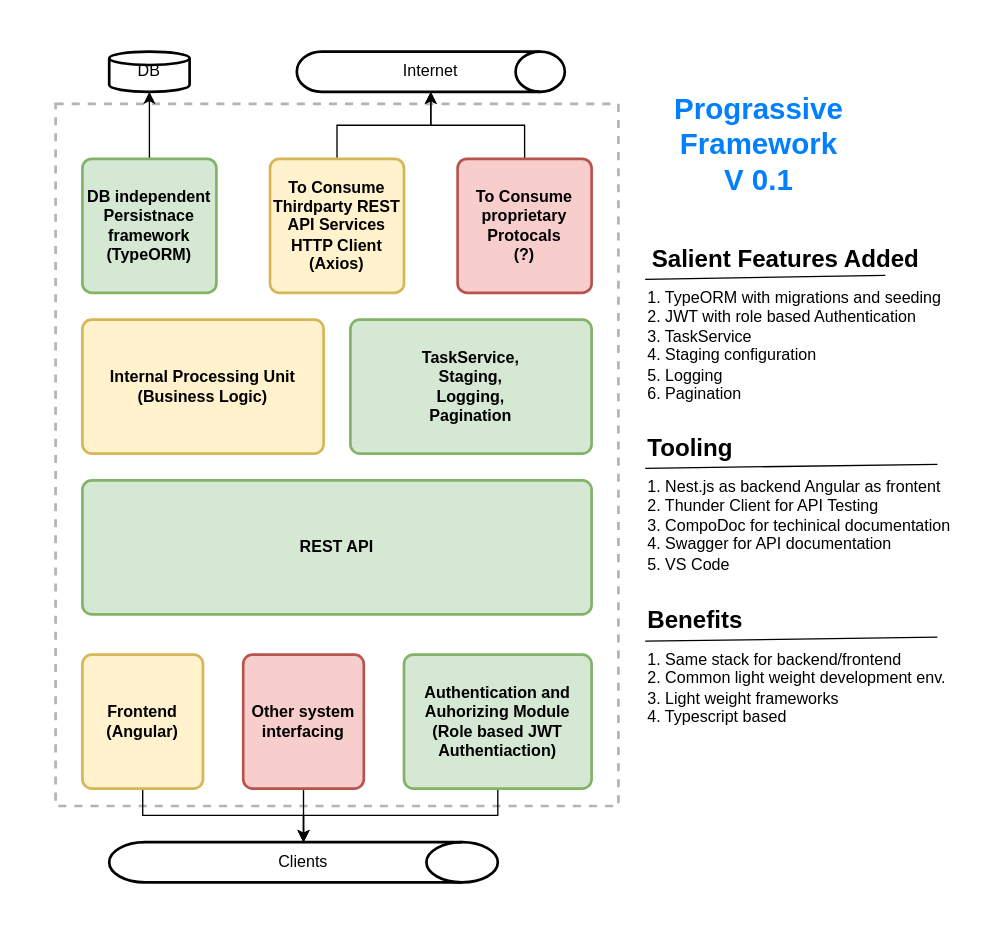
Before: etc/Pro.drawio in maratib/nest-js-starter, a draw.io diagram. Source tidied: cells renumbered, new cells numbered last; positions are measured from the earlier drawing's top-left corner, leaving out a move shared by most shapes. Both pictures are drawn from the tidied source at 134%, with x=0, y=0 at pixel (24, 24).
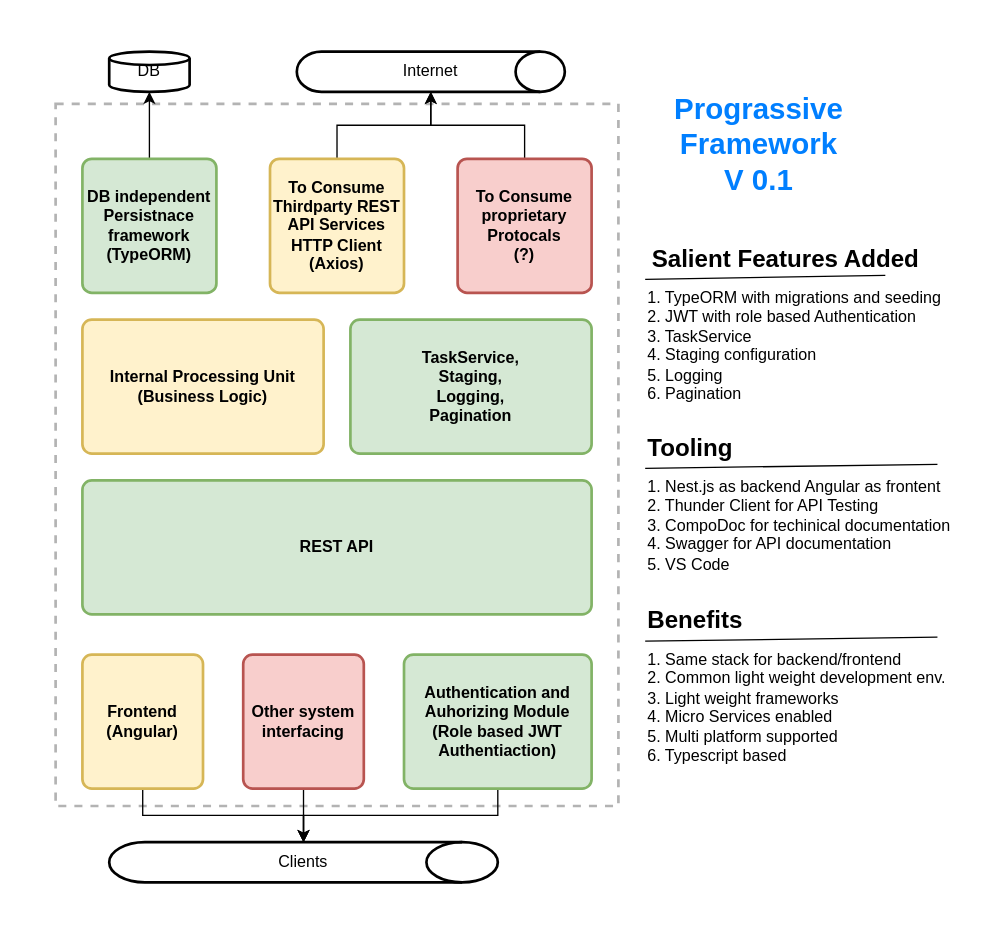
The same diagram, later.

Diff of the diagram source:
```diff
@@
-    <mxCell id="29" value="1. Same stack for backend/frontend&lt;br&gt;2. Common light weight development env.&lt;br&gt;3. Light weight frameworks&lt;br&gt;4. Typescript based&amp;nbsp;" style="text;whiteSpace=wrap;html=1;fontSize=12;" parent="1" vertex="1">
-      <mxGeometry x="463" y="460" width="230" height="80" as="geometry" />
+    <mxCell id="29" value="1. Same stack for backend/frontend&lt;br&gt;2. Common light weight development env.&lt;br&gt;3. Light weight frameworks&lt;br&gt;4. Micro Services enabled&lt;br&gt;5. Multi platform supported&lt;br&gt;6. Typescript based&amp;nbsp;" style="text;whiteSpace=wrap;html=1;fontSize=12;" parent="1" vertex="1">
+      <mxGeometry x="463" y="460" width="230" height="120" as="geometry" />
     </mxCell>
```
